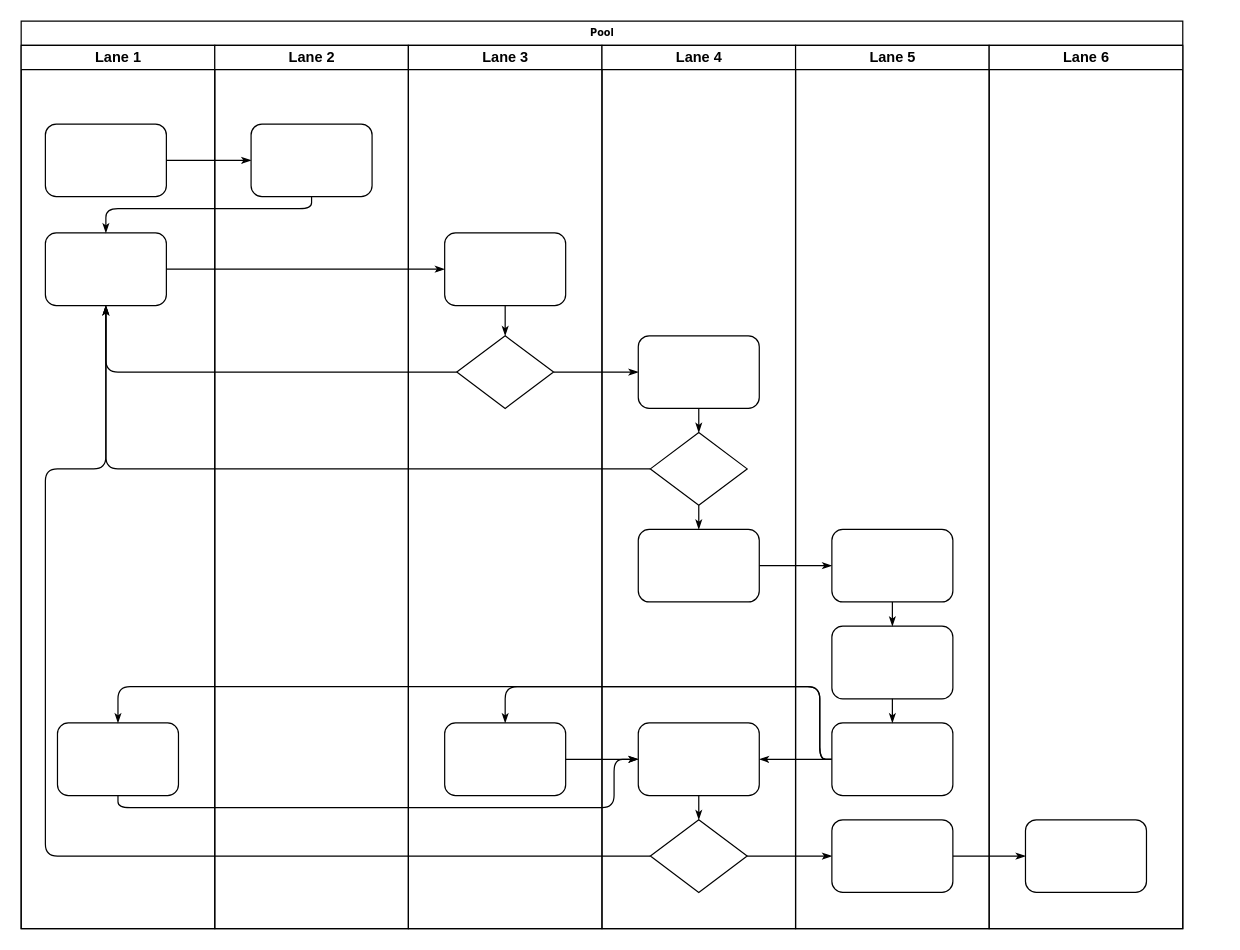
Before: draw/pandoshow/PayPal接入流程.drawio in houyj404/document, a draw.io diagram. Source tidied: cells renumbered, new cells numbered last; positions are measured from the earlier drawing's top-left corner, leaving out a move shared by most shapes. Both pictures are drawn from the tidied source at 121%, with x=0, y=0 at pixel (21, 21).
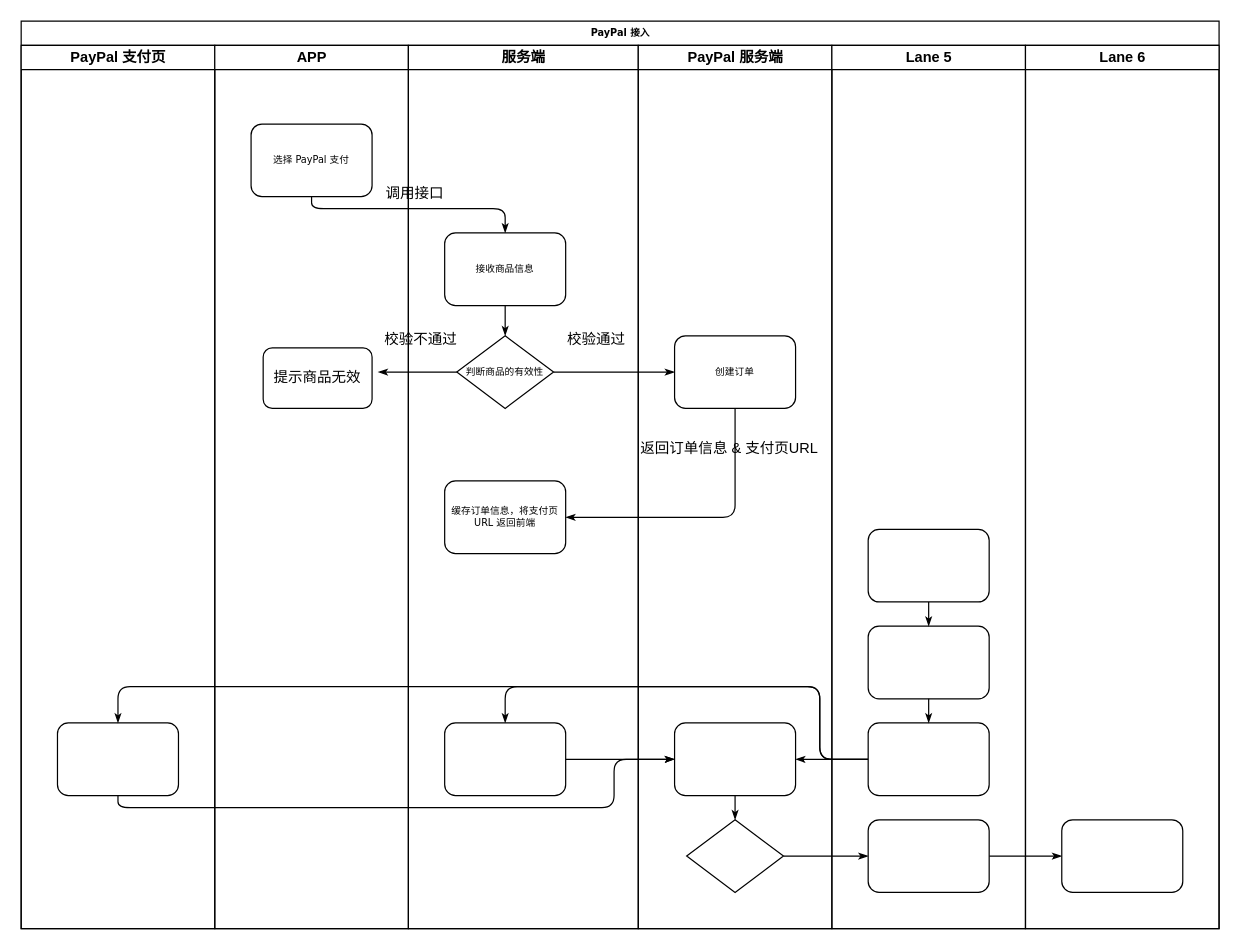
The same diagram, later.

Commit message (it also covers changes not shown here):
更新PayPal接入流程.drawio

The change refers to these unchanged cells:
```xml
<mxCell id="34" style="rhombus;whiteSpace=wrap;html=1;rounded=0;shadow=0;labelBackgroundColor=none;strokeWidth=1;fontFamily=Verdana;fontSize=8;align=center;" parent="29" vertex="1">
  <mxGeometry x="40" y="640" width="80" height="60" as="geometry" />
</mxCell>
<mxCell id="39" style="rounded=1;whiteSpace=wrap;html=1;shadow=0;labelBackgroundColor=none;strokeWidth=1;fontFamily=Verdana;fontSize=8;align=center;" parent="38" vertex="1">
  <mxGeometry x="30" y="400" width="100" height="60" as="geometry" />
</mxCell>
```

Change to the diagram source:
```diff
@@
-    <mxCell id="2" value="Pool" style="swimlane;html=1;startSize=20;rounded=0;shadow=0;labelBackgroundColor=none;strokeWidth=1;fontFamily=Verdana;fontSize=8;align=center;" parent="1" vertex="1">
-      <mxGeometry width="960" height="750" as="geometry" />
+    <mxCell id="2" value="PayPal 接入" style="swimlane;html=1;startSize=20;rounded=0;shadow=0;labelBackgroundColor=none;strokeWidth=1;fontFamily=Verdana;fontSize=8;align=center;" parent="1" vertex="1">
+      <mxGeometry width="990" height="750" as="geometry" />
     </mxCell>
-    <mxCell id="3" value="Lane 1" style="swimlane;html=1;startSize=20;" parent="2" vertex="1">
+    <mxCell id="3" value="PayPal 支付页" style="swimlane;html=1;startSize=20;" parent="2" vertex="1">
       <mxGeometry y="20" width="160" height="730" as="geometry" />
     </mxCell>
-    <mxCell id="4" style="rounded=1;whiteSpace=wrap;html=1;shadow=0;labelBackgroundColor=none;strokeWidth=1;fontFamily=Verdana;fontSize=8;align=center;" parent="3" vertex="1">
-      <mxGeometry x="20" y="65" width="100" height="60" as="geometry" />
-    </mxCell>
-    <mxCell id="5" style="rounded=1;whiteSpace=wrap;html=1;shadow=0;labelBackgroundColor=none;strokeWidth=1;fontFamily=Verdana;fontSize=8;align=center;" parent="3" vertex="1">
-      <mxGeometry x="20" y="155" width="100" height="60" as="geometry" />
-    </mxCell>
@@
-    <mxCell id="7" style="edgeStyle=orthogonalEdgeStyle;rounded=1;html=1;labelBackgroundColor=none;startArrow=none;startFill=0;startSize=5;endArrow=classicThin;endFill=1;endSize=5;jettySize=auto;strokeWidth=1;fontFamily=Verdana;fontSize=8;" parent="2" edge="1" source="4" target="23">
-      <mxGeometry relative="1" as="geometry" />
-    </mxCell>
-    <mxCell id="8" style="edgeStyle=orthogonalEdgeStyle;rounded=1;html=1;labelBackgroundColor=none;startArrow=none;startFill=0;startSize=5;endArrow=classicThin;endFill=1;endSize=5;jettySize=auto;strokeWidth=1;fontFamily=Verdana;fontSize=8;" parent="2" edge="1" source="23" target="5">
+    <mxCell id="8" style="edgeStyle=orthogonalEdgeStyle;rounded=1;html=1;labelBackgroundColor=none;startArrow=none;startFill=0;startSize=5;endArrow=classicThin;endFill=1;endSize=5;jettySize=auto;strokeWidth=1;fontFamily=Verdana;fontSize=8;entryX=0.5;entryY=0;entryDx=0;entryDy=0;" parent="2" edge="1" source="23" target="25">
       <mxGeometry relative="1" as="geometry">
         <Array as="points">
           <mxPoint x="240" y="155" />
-          <mxPoint x="70" y="155" />
+          <mxPoint x="400" y="155" />
         </Array>
       </mxGeometry>
     </mxCell>
-    <mxCell id="9" style="edgeStyle=orthogonalEdgeStyle;rounded=1;html=1;labelBackgroundColor=none;startArrow=none;startFill=0;startSize=5;endArrow=classicThin;endFill=1;endSize=5;jettySize=auto;strokeWidth=1;fontFamily=Verdana;fontSize=8;" parent="2" edge="1" source="5" target="25">
-      <mxGeometry relative="1" as="geometry" />
-    </mxCell>
-    <mxCell id="10" style="edgeStyle=orthogonalEdgeStyle;rounded=1;html=1;labelBackgroundColor=none;startArrow=none;startFill=0;startSize=5;endArrow=classicThin;endFill=1;endSize=5;jettySize=auto;strokeWidth=1;fontFamily=Verdana;fontSize=8;" parent="2" edge="1" source="26" target="5">
-      <mxGeometry relative="1" as="geometry" />
-    </mxCell>
-    <mxCell id="11" style="edgeStyle=orthogonalEdgeStyle;rounded=1;html=1;labelBackgroundColor=none;startArrow=none;startFill=0;startSize=5;endArrow=classicThin;endFill=1;endSize=5;jettySize=auto;strokeWidth=1;fontFamily=Verdana;fontSize=8;" parent="2" edge="1" source="31" target="5">
-      <mxGeometry relative="1" as="geometry" />
-    </mxCell>
-    <mxCell id="12" style="edgeStyle=orthogonalEdgeStyle;rounded=1;html=1;labelBackgroundColor=none;startArrow=none;startFill=0;startSize=5;endArrow=classicThin;endFill=1;endSize=5;jettySize=auto;strokeWidth=1;fontFamily=Verdana;fontSize=8;" parent="2" edge="1" source="34" target="5">
-      <mxGeometry relative="1" as="geometry">
-        <Array as="points">
-          <mxPoint x="20" y="690" />
-          <mxPoint x="20" y="370" />
-          <mxPoint x="70" y="370" />
-        </Array>
-      </mxGeometry>
-    </mxCell>
@@
-    <mxCell id="16" style="edgeStyle=orthogonalEdgeStyle;rounded=1;html=1;labelBackgroundColor=none;startArrow=none;startFill=0;startSize=5;endArrow=classicThin;endFill=1;endSize=5;jettySize=auto;strokeWidth=1;fontFamily=Verdana;fontSize=8;" parent="2" edge="1" source="32" target="39">
-      <mxGeometry relative="1" as="geometry" />
-    </mxCell>
@@
-    <mxCell id="22" value="Lane 2" style="swimlane;html=1;startSize=20;" parent="2" vertex="1">
+    <mxCell id="22" value="APP" style="swimlane;html=1;startSize=20;" parent="2" vertex="1">
       <mxGeometry x="160" y="20" width="160" height="730" as="geometry" />
     </mxCell>
-    <mxCell id="23" style="rounded=1;whiteSpace=wrap;html=1;shadow=0;labelBackgroundColor=none;strokeWidth=1;fontFamily=Verdana;fontSize=8;align=center;" parent="22" vertex="1">
+    <mxCell id="23" value="选择 PayPal 支付" style="rounded=1;whiteSpace=wrap;html=1;shadow=0;labelBackgroundColor=none;strokeWidth=1;fontFamily=Verdana;fontSize=8;align=center;" parent="22" vertex="1">
       <mxGeometry x="30" y="65" width="100" height="60" as="geometry" />
     </mxCell>
+    <mxCell id="47" value="提示商品无效" style="rounded=1;whiteSpace=wrap;html=1;" parent="22" vertex="1">
+      <mxGeometry x="40" y="250" width="90" height="50" as="geometry" />
+    </mxCell>
-    <mxCell id="24" value="Lane 3" style="swimlane;html=1;startSize=20;" parent="2" vertex="1">
-      <mxGeometry x="320" y="20" width="160" height="730" as="geometry" />
+    <mxCell id="24" value="服务端" style="swimlane;html=1;startSize=20;" parent="2" vertex="1">
+      <mxGeometry x="320" y="20" width="190" height="730" as="geometry" />
     </mxCell>
-    <mxCell id="25" style="rounded=1;whiteSpace=wrap;html=1;shadow=0;labelBackgroundColor=none;strokeWidth=1;fontFamily=Verdana;fontSize=8;align=center;" parent="24" vertex="1">
+    <mxCell id="25" value="接收商品信息" style="rounded=1;whiteSpace=wrap;html=1;shadow=0;labelBackgroundColor=none;strokeWidth=1;fontFamily=Verdana;fontSize=8;align=center;" parent="24" vertex="1">
       <mxGeometry x="30" y="155" width="100" height="60" as="geometry" />
     </mxCell>
-    <mxCell id="26" style="rhombus;whiteSpace=wrap;html=1;rounded=0;shadow=0;labelBackgroundColor=none;strokeWidth=1;fontFamily=Verdana;fontSize=8;align=center;" parent="24" vertex="1">
+    <mxCell id="26" value="判断商品的有效性" style="rhombus;whiteSpace=wrap;html=1;rounded=0;shadow=0;labelBackgroundColor=none;strokeWidth=1;fontFamily=Verdana;fontSize=8;align=center;" parent="24" vertex="1">
       <mxGeometry x="40" y="240" width="80" height="60" as="geometry" />
     </mxCell>
@@
+    <mxCell id="48" value="调用接口" style="text;html=1;align=center;verticalAlign=middle;strokeColor=none;fillColor=none;" parent="24" vertex="1">
+      <mxGeometry x="-30" y="108" width="70" height="30" as="geometry" />
+    </mxCell>
+    <mxCell id="49" value="校验通过" style="text;html=1;align=center;verticalAlign=middle;strokeColor=none;fillColor=none;" parent="24" vertex="1">
+      <mxGeometry x="120" y="228" width="70" height="30" as="geometry" />
+    </mxCell>
+    <mxCell id="32" value="缓存订单信息，将支付页URL 返回前端" style="rounded=1;whiteSpace=wrap;html=1;shadow=0;labelBackgroundColor=none;strokeWidth=1;fontFamily=Verdana;fontSize=8;align=center;" parent="24" vertex="1">
+      <mxGeometry x="30" y="360" width="100" height="60" as="geometry" />
+    </mxCell>
-    <mxCell id="29" value="Lane 4" style="swimlane;html=1;startSize=20;" parent="2" vertex="1">
-      <mxGeometry x="480" y="20" width="160" height="730" as="geometry" />
+    <mxCell id="29" value="PayPal 服务端" style="swimlane;html=1;startSize=20;" parent="2" vertex="1">
+      <mxGeometry x="510" y="20" width="160" height="730" as="geometry" />
     </mxCell>
-    <mxCell id="30" style="rounded=1;whiteSpace=wrap;html=1;shadow=0;labelBackgroundColor=none;strokeWidth=1;fontFamily=Verdana;fontSize=8;align=center;" parent="29" vertex="1">
+    <mxCell id="30" value="创建订单" style="rounded=1;whiteSpace=wrap;html=1;shadow=0;labelBackgroundColor=none;strokeWidth=1;fontFamily=Verdana;fontSize=8;align=center;" parent="29" vertex="1">
       <mxGeometry x="30" y="240" width="100" height="60" as="geometry" />
     </mxCell>
-    <mxCell id="31" style="rhombus;whiteSpace=wrap;html=1;rounded=0;shadow=0;labelBackgroundColor=none;strokeWidth=1;fontFamily=Verdana;fontSize=8;align=center;" parent="29" vertex="1">
-      <mxGeometry x="40" y="320" width="80" height="60" as="geometry" />
-    </mxCell>
-    <mxCell id="32" style="rounded=1;whiteSpace=wrap;html=1;shadow=0;labelBackgroundColor=none;strokeWidth=1;fontFamily=Verdana;fontSize=8;align=center;" parent="29" vertex="1">
-      <mxGeometry x="30" y="400" width="100" height="60" as="geometry" />
-    </mxCell>
@@
-    <mxCell id="35" style="edgeStyle=orthogonalEdgeStyle;rounded=1;html=1;labelBackgroundColor=none;startArrow=none;startFill=0;startSize=5;endArrow=classicThin;endFill=1;endSize=5;jettySize=auto;strokeColor=#000000;strokeWidth=1;fontFamily=Verdana;fontSize=8;fontColor=#000000;" parent="29" edge="1" source="30" target="31">
-      <mxGeometry relative="1" as="geometry" />
-    </mxCell>
-    <mxCell id="36" style="edgeStyle=orthogonalEdgeStyle;rounded=1;html=1;labelBackgroundColor=none;startArrow=none;startFill=0;startSize=5;endArrow=classicThin;endFill=1;endSize=5;jettySize=auto;strokeWidth=1;fontFamily=Verdana;fontSize=8;" parent="29" edge="1" source="31" target="32">
-      <mxGeometry relative="1" as="geometry" />
-    </mxCell>
@@
+    <mxCell id="50" value="返回订单信息 &amp;amp; 支付页URL" style="text;html=1;align=center;verticalAlign=middle;strokeColor=none;fillColor=none;" parent="29" vertex="1">
+      <mxGeometry x="-10" y="318" width="170" height="30" as="geometry" />
+    </mxCell>
     <mxCell id="38" value="Lane 5" style="swimlane;html=1;startSize=20;" parent="2" vertex="1">
-      <mxGeometry x="640" y="20" width="160" height="730" as="geometry" />
+      <mxGeometry x="670" y="20" width="160" height="730" as="geometry" />
     </mxCell>
@@
     <mxCell id="45" value="Lane 6" style="swimlane;html=1;startSize=20;" parent="2" vertex="1">
-      <mxGeometry x="800" y="20" width="160" height="730" as="geometry" />
+      <mxGeometry x="830" y="20" width="160" height="730" as="geometry" />
     </mxCell>
@@
+    <mxCell id="35" style="edgeStyle=orthogonalEdgeStyle;rounded=1;html=1;labelBackgroundColor=none;startArrow=none;startFill=0;startSize=5;endArrow=classicThin;endFill=1;endSize=5;jettySize=auto;strokeColor=#000000;strokeWidth=1;fontFamily=Verdana;fontSize=8;fontColor=#000000;entryX=1;entryY=0.5;entryDx=0;entryDy=0;" parent="2" edge="1" source="30" target="32">
+      <mxGeometry relative="1" as="geometry">
+        <Array as="points">
+          <mxPoint x="590" y="410" />
+        </Array>
+      </mxGeometry>
+    </mxCell>
+    <mxCell id="51" style="edgeStyle=orthogonalEdgeStyle;rounded=1;html=1;labelBackgroundColor=none;startArrow=none;startFill=0;startSize=5;endArrow=classicThin;endFill=1;endSize=5;jettySize=auto;strokeWidth=1;fontFamily=Verdana;fontSize=8;exitX=0;exitY=0.5;exitDx=0;exitDy=0;" parent="1" edge="1" source="26">
+      <mxGeometry relative="1" as="geometry">
+        <mxPoint x="295" y="290" as="targetPoint" />
+      </mxGeometry>
+    </mxCell>
+    <mxCell id="52" value="校验不通过" style="text;html=1;align=center;verticalAlign=middle;strokeColor=none;fillColor=none;" parent="1" vertex="1">
+      <mxGeometry x="290" y="248" width="80" height="30" as="geometry" />
+    </mxCell>
```
